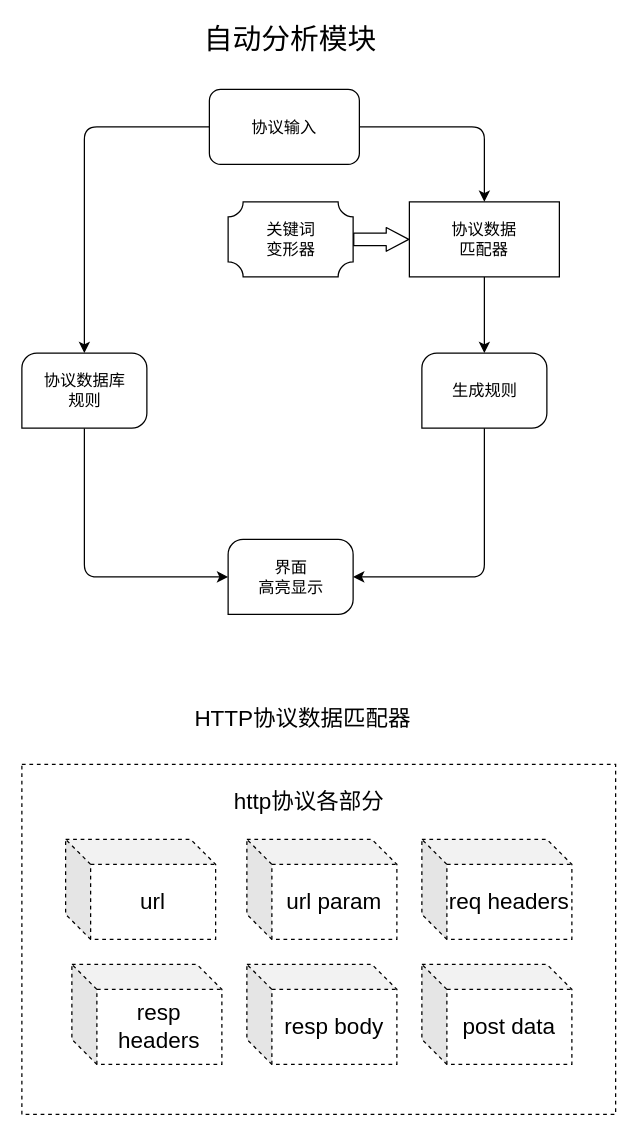
Above: 自动分析模块.drawio in ouyangtian/drawio (draw.io), before the change. Source tidied: cells renumbered, new cells numbered last; positions are measured from the earlier drawing's top-left corner, leaving out a move shared by most shapes. Both pictures are drawn from the tidied source at 125%, with x=0, y=0 at pixel (21, 26).
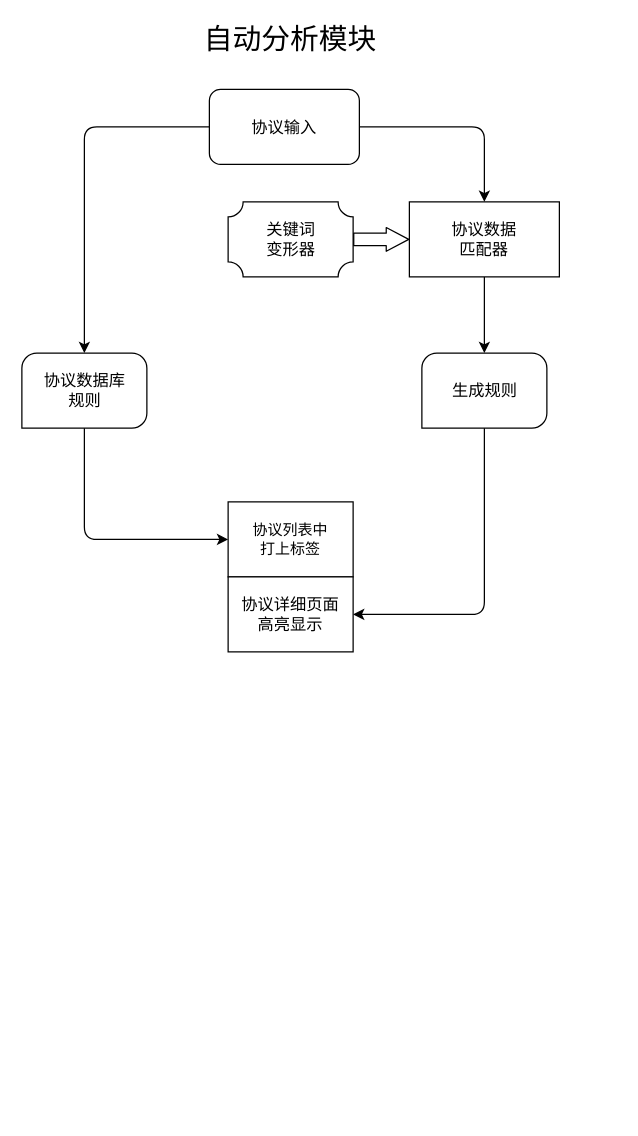
The same page after the edit.

Commit message:
更新自动分析模块.drawio

Unchanged cells that the change refers to:
```xml
<mxCell id="8" value="生成规则" style="verticalLabelPosition=middle;verticalAlign=middle;html=1;shape=mxgraph.basic.three_corner_round_rect;dx=6;fontFamily=Verdana;fontSize=13;align=center;labelPosition=center;" parent="1" vertex="1">
  <mxGeometry x="320" y="261" width="100" height="60" as="geometry" />
</mxCell>
<mxCell id="15" value="协议数据库&lt;br&gt;规则" style="verticalLabelPosition=middle;verticalAlign=middle;html=1;shape=mxgraph.basic.three_corner_round_rect;dx=6;fontFamily=Verdana;fontSize=13;align=center;labelPosition=center;" parent="1" vertex="1">
  <mxGeometry y="261" width="100" height="60" as="geometry" />
</mxCell>
```

The edit, as a diff of the source:
```diff
@@
-    <mxCell id="2" style="rounded=0;whiteSpace=wrap;html=1;fontSize=18;strokeColor=#000000;dashed=1;" parent="1" vertex="1">
-      <mxGeometry y="590" width="475" height="280" as="geometry" />
-    </mxCell>
@@
-    <mxCell id="7" value="界面&lt;br&gt;高亮显示" style="verticalLabelPosition=middle;verticalAlign=middle;html=1;shape=mxgraph.basic.three_corner_round_rect;dx=6;fontFamily=Verdana;fontSize=13;align=center;labelPosition=center;" parent="1" vertex="1">
-      <mxGeometry x="165" y="410" width="100" height="60" as="geometry" />
-    </mxCell>
@@
-    <mxCell id="10" style="endArrow=classic;html=1;fontFamily=Verdana;fontSize=13;exitX=0.5;exitY=1;exitDx=0;exitDy=0;exitPerimeter=0;entryX=1;entryY=0.5;entryDx=0;entryDy=0;entryPerimeter=0;" parent="1" edge="1" source="8" target="7">
+    <mxCell id="10" style="endArrow=classic;html=1;fontFamily=Verdana;fontSize=13;exitX=0.5;exitY=1;exitDx=0;exitDy=0;exitPerimeter=0;entryX=1;entryY=0.5;entryDx=0;entryDy=0;" parent="1" edge="1" source="8" target="25">
       <mxGeometry relative="1" as="geometry">
         <Array as="points">
-          <mxPoint x="370" y="440" />
+          <mxPoint x="370" y="470" />
         </Array>
       </mxGeometry>
     </mxCell>
@@
-    <mxCell id="12" style="endArrow=classic;html=1;fontFamily=Verdana;fontSize=13;entryX=0;entryY=0.5;entryDx=0;entryDy=0;entryPerimeter=0;exitX=0.5;exitY=1;exitDx=0;exitDy=0;exitPerimeter=0;" parent="1" edge="1" source="15" target="7">
-      <mxGeometry relative="1" as="geometry">
-        <Array as="points">
-          <mxPoint x="50" y="440" />
-        </Array>
-      </mxGeometry>
-    </mxCell>
@@
-    <mxCell id="16" value="HTTP协议数据匹配器" style="text;html=1;strokeColor=none;fillColor=none;align=center;verticalAlign=middle;whiteSpace=wrap;rounded=0;fontSize=18;" parent="1" vertex="1">
-      <mxGeometry x="130" y="544" width="190" height="20" as="geometry" />
-    </mxCell>
-    <mxCell id="17" value="http协议各部分" style="text;html=1;strokeColor=none;fillColor=none;align=center;verticalAlign=middle;whiteSpace=wrap;rounded=0;fontSize=18;" parent="1" vertex="1">
-      <mxGeometry x="160" y="610" width="140" height="20" as="geometry" />
-    </mxCell>
-    <mxCell id="18" value="url" style="shape=cube;whiteSpace=wrap;html=1;boundedLbl=1;backgroundOutline=1;darkOpacity=0.05;darkOpacity2=0.1;dashed=1;strokeColor=#000000;fontSize=18;" parent="1" vertex="1">
-      <mxGeometry x="35" y="650" width="120" height="80" as="geometry" />
-    </mxCell>
-    <mxCell id="19" value="url param" style="shape=cube;whiteSpace=wrap;html=1;boundedLbl=1;backgroundOutline=1;darkOpacity=0.05;darkOpacity2=0.1;dashed=1;strokeColor=#000000;fontSize=18;" parent="1" vertex="1">
-      <mxGeometry x="180" y="650" width="120" height="80" as="geometry" />
-    </mxCell>
-    <mxCell id="20" value="req headers" style="shape=cube;whiteSpace=wrap;html=1;boundedLbl=1;backgroundOutline=1;darkOpacity=0.05;darkOpacity2=0.1;dashed=1;strokeColor=#000000;fontSize=18;" parent="1" vertex="1">
-      <mxGeometry x="320" y="650" width="120" height="80" as="geometry" />
-    </mxCell>
-    <mxCell id="21" value="post data" style="shape=cube;whiteSpace=wrap;html=1;boundedLbl=1;backgroundOutline=1;darkOpacity=0.05;darkOpacity2=0.1;dashed=1;strokeColor=#000000;fontSize=18;" parent="1" vertex="1">
-      <mxGeometry x="320" y="750" width="120" height="80" as="geometry" />
-    </mxCell>
-    <mxCell id="22" value="resp headers" style="shape=cube;whiteSpace=wrap;html=1;boundedLbl=1;backgroundOutline=1;darkOpacity=0.05;darkOpacity2=0.1;dashed=1;strokeColor=#000000;fontSize=18;" parent="1" vertex="1">
-      <mxGeometry x="40" y="750" width="120" height="80" as="geometry" />
-    </mxCell>
-    <mxCell id="23" value="resp body" style="shape=cube;whiteSpace=wrap;html=1;boundedLbl=1;backgroundOutline=1;darkOpacity=0.05;darkOpacity2=0.1;dashed=1;strokeColor=#000000;fontSize=18;" parent="1" vertex="1">
-      <mxGeometry x="180" y="750" width="120" height="80" as="geometry" />
-    </mxCell>
+    <mxCell id="24" value="协议列表中&lt;br&gt;打上标签" style="whiteSpace=wrap;html=1;align=center;verticalAlign=middle;" parent="1" vertex="1">
+      <mxGeometry x="165" y="380" width="100" height="60" as="geometry" />
+    </mxCell>
+    <mxCell id="25" value="&lt;span style=&quot;font-family: &amp;#34;verdana&amp;#34; ; font-size: 13px ; white-space: nowrap&quot;&gt;协议详细页面&lt;/span&gt;&lt;br style=&quot;font-family: &amp;#34;verdana&amp;#34; ; font-size: 13px ; white-space: nowrap&quot;&gt;&lt;span style=&quot;font-family: &amp;#34;verdana&amp;#34; ; font-size: 13px ; white-space: nowrap&quot;&gt;高亮显示&lt;/span&gt;" style="whiteSpace=wrap;html=1;align=center;verticalAlign=middle;" parent="1" vertex="1">
+      <mxGeometry x="165" y="440" width="100" height="60" as="geometry" />
+    </mxCell>
+    <mxCell id="12" style="endArrow=classic;html=1;fontFamily=Verdana;fontSize=13;exitX=0.5;exitY=1;exitDx=0;exitDy=0;exitPerimeter=0;entryX=0;entryY=0.5;entryDx=0;entryDy=0;" parent="1" edge="1" source="15" target="24">
+      <mxGeometry relative="1" as="geometry">
+        <Array as="points">
+          <mxPoint x="50" y="410" />
+          <mxPoint x="105" y="410" />
+        </Array>
+      </mxGeometry>
+    </mxCell>
```
